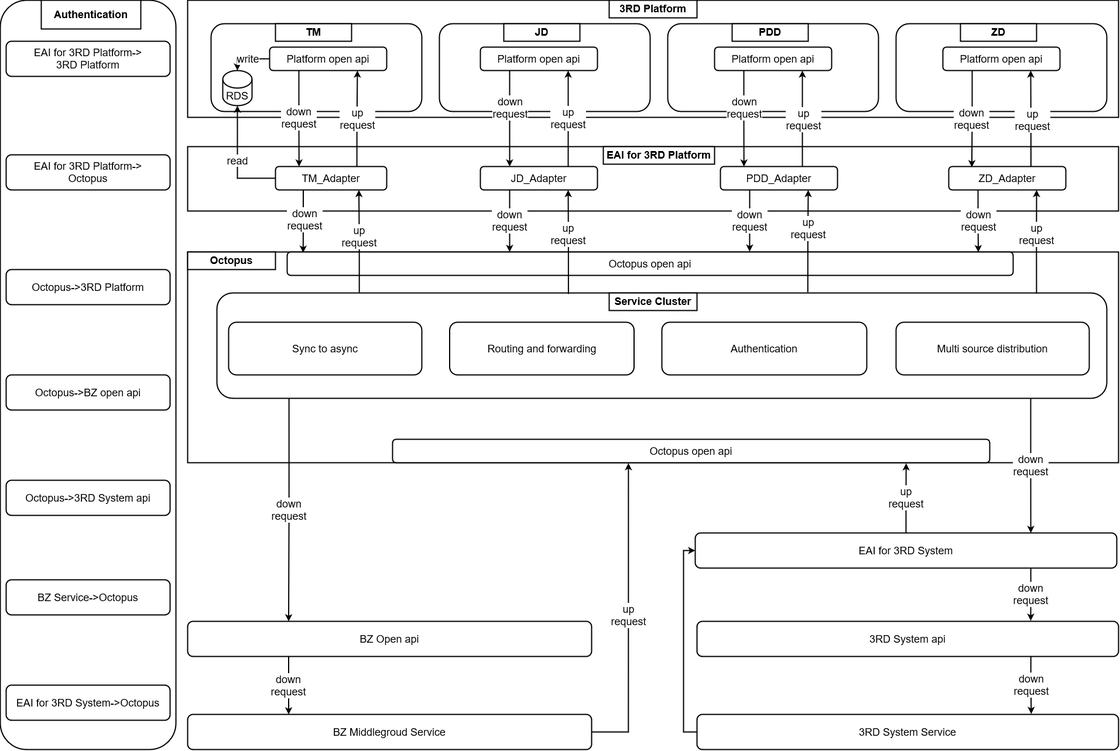
Above: platform-integration-middleground.drawio.png in jackie-thank/beego-authz (draw.io), before the change. Source tidied: cells renumbered, new cells last; positions are measured from the earlier drawing's top-left corner, leaving out a move shared by most shapes.
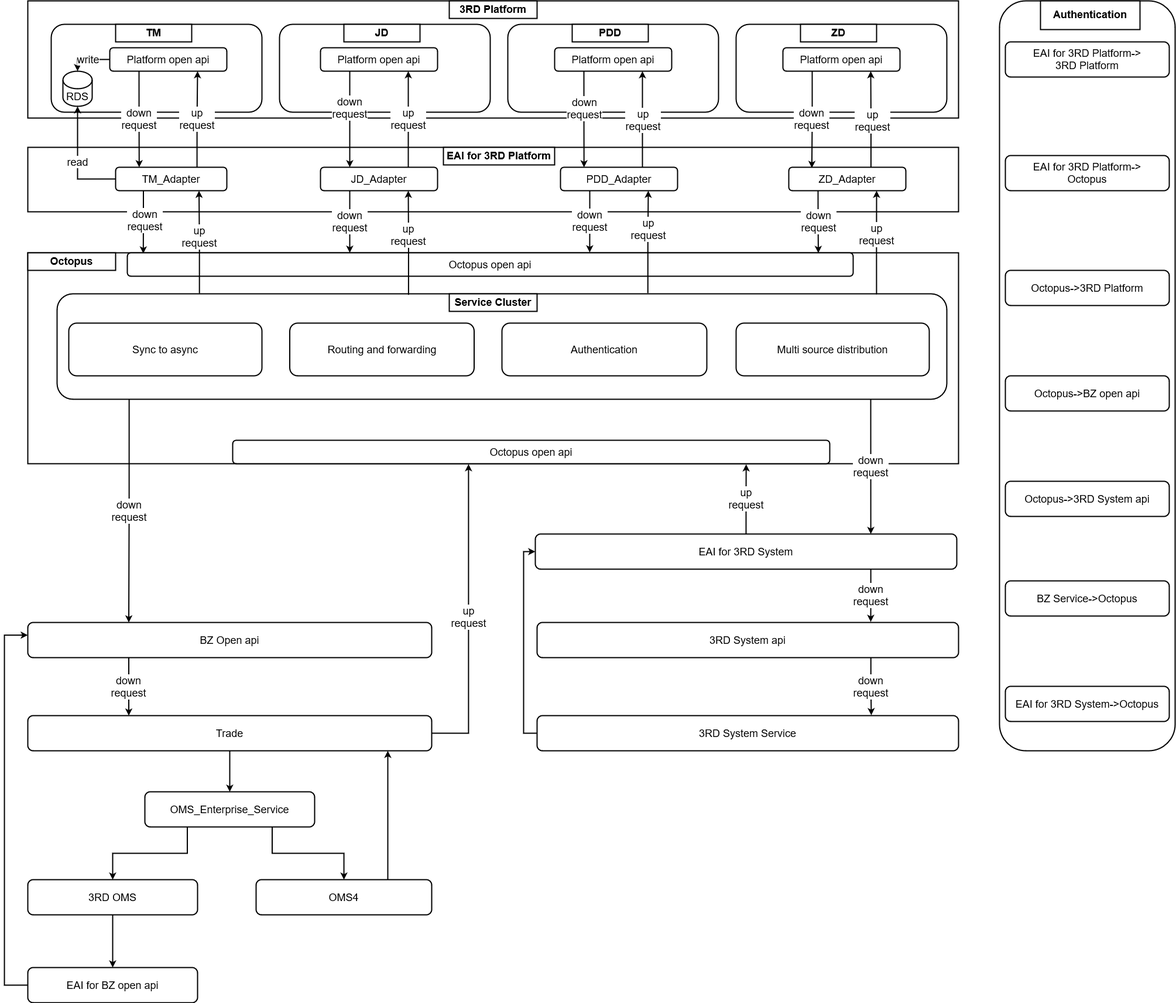
The same file after the commit.

What changed in the source:
```diff
@@ -126,7 +126,13 @@
     <mxCell id="41" value="&lt;div&gt;up&lt;/div&gt;&lt;div&gt;request&lt;br&gt;&lt;/div&gt;" style="edgeStyle=orthogonalEdgeStyle;rounded=0;jettySize=auto;html=1;exitX=1;exitY=0.5;exitDx=0;exitDy=0;entryX=0.395;entryY=1.017;entryDx=0;entryDy=0;entryPerimeter=0;strokeWidth=2;fontSize=18;" parent="1" edge="1" source="42" target="40">
       <mxGeometry relative="1" as="geometry" />
     </mxCell>
+    <mxCell id="79" style="edgeStyle=orthogonalEdgeStyle;rounded=0;jettySize=auto;html=1;exitX=0.75;exitY=1;exitDx=0;exitDy=0;strokeWidth=2;fontSize=18;" parent="1" edge="1" source="87" target="85">
+      <mxGeometry relative="1" as="geometry" />
+    </mxCell>
+    <mxCell id="80" style="edgeStyle=orthogonalEdgeStyle;rounded=0;jettySize=auto;html=1;exitX=0.5;exitY=1;exitDx=0;exitDy=0;strokeWidth=2;fontSize=18;entryX=0.5;entryY=0;entryDx=0;entryDy=0;" parent="1" edge="1" source="42" target="87">
+      <mxGeometry relative="1" as="geometry" />
+    </mxCell>
-    <mxCell id="42" value="BZ Middlegroud Service" style="rounded=1;whiteSpace=wrap;html=1;strokeWidth=2;fontSize=18;" parent="1" vertex="1">
+    <mxCell id="42" value="Trade" style="rounded=1;whiteSpace=wrap;html=1;strokeWidth=2;fontSize=18;" parent="1" vertex="1">
       <mxGeometry x="320" y="1220" width="690" height="60" as="geometry" />
     </mxCell>
     <mxCell id="43" style="edgeStyle=orthogonalEdgeStyle;rounded=0;jettySize=auto;html=1;exitX=0;exitY=0.5;exitDx=0;exitDy=0;entryX=0;entryY=0.5;entryDx=0;entryDy=0;strokeWidth=2;fontSize=18;" parent="1" edge="1" source="44" target="49">
@@ -213,31 +219,62 @@
       <mxGeometry x="0.25" relative="1" as="geometry" />
     </mxCell>
     <mxCell id="70" style="rounded=1;whiteSpace=wrap;html=1;strokeWidth=2;fontSize=18;" parent="1" vertex="1">
-      <mxGeometry width="300" height="1280" as="geometry" />
+      <mxGeometry x="1980" width="300" height="1280" as="geometry" />
     </mxCell>
     <mxCell id="71" value="Authentication" style="rounded=0;whiteSpace=wrap;html=1;strokeWidth=2;fontSize=18;fontStyle=1;" parent="1" vertex="1">
-      <mxGeometry x="70" width="170" height="49" as="geometry" />
+      <mxGeometry x="2050" width="170" height="49" as="geometry" />
     </mxCell>
     <mxCell id="72" value="Octopus-&amp;gt;3RD Platform" style="rounded=1;whiteSpace=wrap;html=1;strokeWidth=2;fontSize=18;" parent="1" vertex="1">
-      <mxGeometry x="10" y="460" width="280" height="60" as="geometry" />
+      <mxGeometry x="1990" y="460" width="280" height="60" as="geometry" />
     </mxCell>
     <mxCell id="73" value="&lt;div&gt;Octopus-&amp;gt;BZ open api&lt;br&gt;&lt;/div&gt;" style="rounded=1;whiteSpace=wrap;html=1;strokeWidth=2;fontSize=18;" parent="1" vertex="1">
-      <mxGeometry x="10" y="640" width="280" height="60" as="geometry" />
+      <mxGeometry x="1990" y="640" width="280" height="60" as="geometry" />
     </mxCell>
     <mxCell id="74" value="&lt;div&gt;Octopus-&amp;gt;3RD System api&lt;br&gt;&lt;/div&gt;" style="rounded=1;whiteSpace=wrap;html=1;strokeWidth=2;fontSize=18;" parent="1" vertex="1">
-      <mxGeometry x="10" y="820" width="280" height="60" as="geometry" />
+      <mxGeometry x="1990" y="820" width="280" height="60" as="geometry" />
     </mxCell>
     <mxCell id="75" value="&lt;div&gt;BZ Service-&amp;gt;Octopus&lt;/div&gt;" style="rounded=1;whiteSpace=wrap;html=1;strokeWidth=2;fontSize=18;" parent="1" vertex="1">
-      <mxGeometry x="10" y="990" width="280" height="60" as="geometry" />
+      <mxGeometry x="1990" y="990" width="280" height="60" as="geometry" />
     </mxCell>
     <mxCell id="76" value="&lt;div&gt;EAI for 3RD System-&amp;gt;Octopus&lt;/div&gt;" style="rounded=1;whiteSpace=wrap;html=1;strokeWidth=2;fontSize=18;" parent="1" vertex="1">
-      <mxGeometry x="10" y="1170" width="280" height="60" as="geometry" />
+      <mxGeometry x="1990" y="1170" width="280" height="60" as="geometry" />
     </mxCell>
     <mxCell id="77" value="&lt;div&gt;EAI for 3RD Platform-&amp;gt;&lt;/div&gt;&lt;div&gt;3RD Platform&lt;/div&gt;" style="rounded=1;whiteSpace=wrap;html=1;strokeWidth=2;fontSize=18;" parent="1" vertex="1">
-      <mxGeometry x="10" y="70" width="280" height="60" as="geometry" />
+      <mxGeometry x="1990" y="70" width="280" height="60" as="geometry" />
     </mxCell>
     <mxCell id="78" value="&lt;div&gt;EAI for 3RD Platform-&amp;gt;&lt;/div&gt;&lt;div&gt;Octopus&lt;br&gt;&lt;/div&gt;" style="rounded=1;whiteSpace=wrap;html=1;strokeWidth=2;fontSize=18;" parent="1" vertex="1">
-      <mxGeometry x="10" y="264" width="280" height="60" as="geometry" />
+      <mxGeometry x="1990" y="264" width="280" height="60" as="geometry" />
     </mxCell>
+    <mxCell id="81" style="rounded=0;jettySize=auto;html=1;exitX=0;exitY=0.5;exitDx=0;exitDy=0;entryX=0;entryY=0.36;entryDx=0;entryDy=0;entryPerimeter=0;strokeWidth=2;fontSize=18;edgeStyle=orthogonalEdgeStyle;" parent="1" edge="1" source="88" target="37">
+      <mxGeometry relative="1" as="geometry">
+        <Array as="points">
+          <mxPoint x="280" y="1680" />
+          <mxPoint x="280" y="1083" />
+        </Array>
+      </mxGeometry>
+    </mxCell>
+    <mxCell id="82" style="edgeStyle=orthogonalEdgeStyle;rounded=0;jettySize=auto;html=1;exitX=0.5;exitY=1;exitDx=0;exitDy=0;strokeWidth=2;fontSize=18;" parent="1" edge="1" source="83" target="88">
+      <mxGeometry relative="1" as="geometry" />
+    </mxCell>
+    <mxCell id="83" value="3RD OMS" style="rounded=1;whiteSpace=wrap;html=1;strokeWidth=2;fontSize=18;" parent="1" vertex="1">
+      <mxGeometry x="320" y="1500" width="290" height="60" as="geometry" />
+    </mxCell>
+    <mxCell id="84" style="edgeStyle=orthogonalEdgeStyle;rounded=0;jettySize=auto;html=1;exitX=0.75;exitY=0;exitDx=0;exitDy=0;strokeWidth=2;fontSize=18;" parent="1" edge="1" source="85">
+      <mxGeometry relative="1" as="geometry">
+        <mxPoint x="935" y="1280" as="targetPoint" />
+      </mxGeometry>
+    </mxCell>
+    <mxCell id="85" value="OMS4" style="rounded=1;whiteSpace=wrap;html=1;strokeWidth=2;fontSize=18;" parent="1" vertex="1">
+      <mxGeometry x="710" y="1500" width="300" height="60" as="geometry" />
+    </mxCell>
+    <mxCell id="86" style="edgeStyle=orthogonalEdgeStyle;rounded=0;jettySize=auto;html=1;exitX=0.25;exitY=1;exitDx=0;exitDy=0;strokeWidth=2;fontSize=18;" parent="1" edge="1" source="87" target="83">
+      <mxGeometry relative="1" as="geometry" />
+    </mxCell>
+    <mxCell id="87" value="OMS_Enterprise_Service" style="rounded=1;whiteSpace=wrap;html=1;strokeWidth=2;fontSize=18;" parent="1" vertex="1">
+      <mxGeometry x="520" y="1350" width="290" height="60" as="geometry" />
+    </mxCell>
+    <mxCell id="88" value="EAI for BZ open api" style="rounded=1;whiteSpace=wrap;html=1;strokeWidth=2;fontSize=18;" parent="1" vertex="1">
+      <mxGeometry x="320" y="1650" width="290" height="60" as="geometry" />
+    </mxCell>
   </root>
 </mxGraphModel>
```
